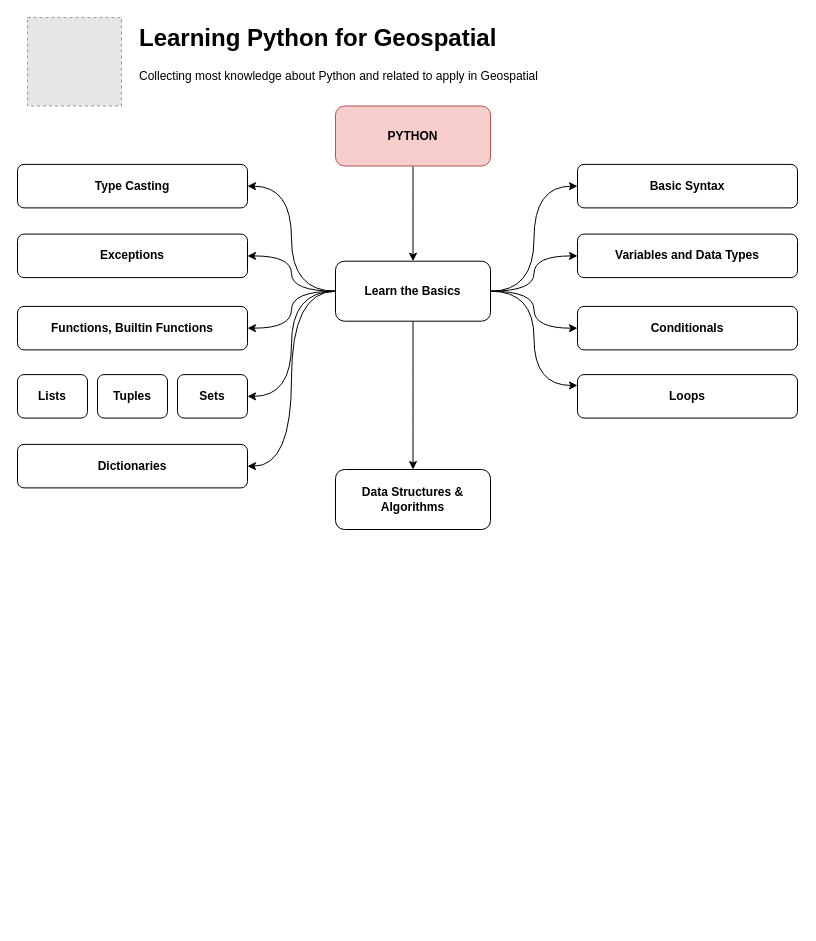
Before: Learning Python for Geospatial.drawio in PQTKha/lifelong_learning, a draw.io diagram. Source tidied: cells renumbered, new cells numbered last; positions are measured from the earlier drawing's top-left corner, leaving out a move shared by most shapes. Both pictures are drawn from the tidied source at 100%, with x=0, y=0 at pixel (17, 17). Pictures stored in the file or linked from it are replaced by grey dashed boxes.
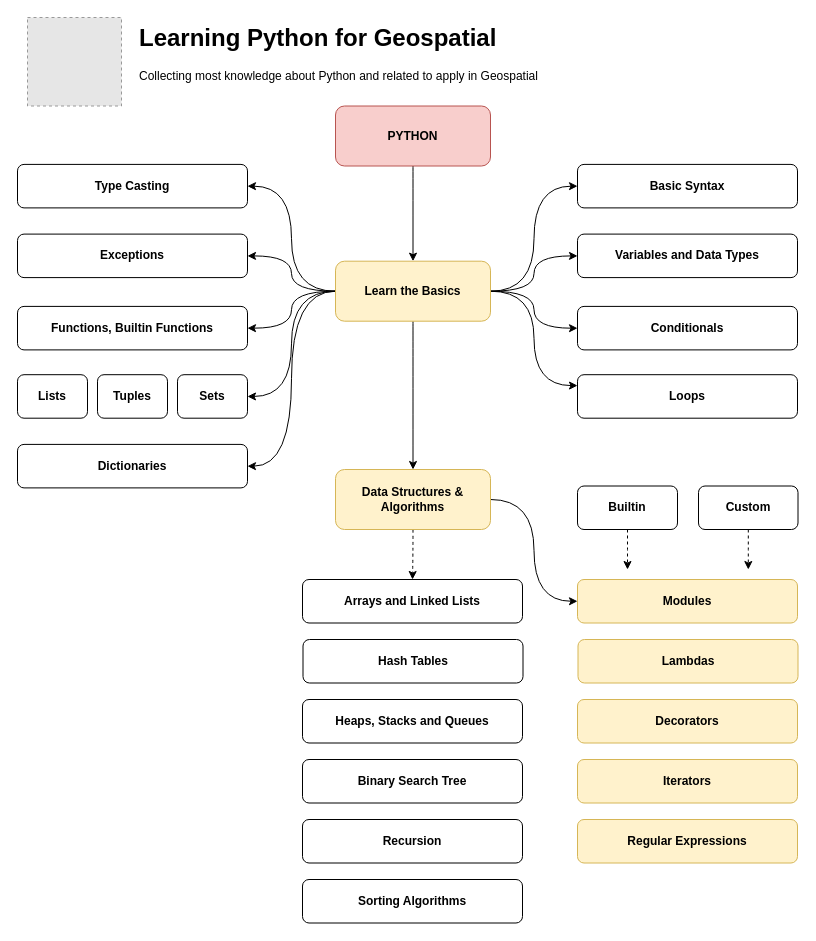
The same diagram, later.

Diff of the diagram source:
```diff
@@
-    <mxCell id="16" value="&lt;b&gt;Learn the Basics&lt;/b&gt;" style="rounded=1;whiteSpace=wrap;html=1;" parent="1" vertex="1">
+    <mxCell id="16" value="&lt;b&gt;Learn the Basics&lt;/b&gt;" style="rounded=1;whiteSpace=wrap;html=1;fillColor=#fff2cc;strokeColor=#d6b656;" parent="1" vertex="1">
       <mxGeometry x="318" y="243.7" width="155" height="60" as="geometry" />
     </mxCell>
+    <mxCell id="30" style="edgeStyle=orthogonalEdgeStyle;rounded=0;jettySize=auto;html=1;entryX=0.5;entryY=0;entryDx=0;entryDy=0;dashed=1;curved=1;" parent="1" edge="1" source="17" target="35">
+      <mxGeometry relative="1" as="geometry" />
+    </mxCell>
+    <mxCell id="31" style="edgeStyle=orthogonalEdgeStyle;rounded=0;jettySize=auto;html=1;entryX=0;entryY=0.5;entryDx=0;entryDy=0;curved=1;" parent="1" edge="1" source="17" target="42">
+      <mxGeometry relative="1" as="geometry" />
+    </mxCell>
-    <mxCell id="17" value="&lt;b&gt;Data Structures &amp;amp; Algorithms&lt;/b&gt;" style="rounded=1;whiteSpace=wrap;html=1;" parent="1" vertex="1">
+    <mxCell id="17" value="&lt;b&gt;Data Structures &amp;amp; Algorithms&lt;/b&gt;" style="rounded=1;whiteSpace=wrap;html=1;fillColor=#fff2cc;strokeColor=#d6b656;" parent="1" vertex="1">
       <mxGeometry x="318" y="452" width="155" height="60" as="geometry" />
     </mxCell>
-    <mxCell id="18" value="&lt;b&gt;Basic Syntax&lt;/b&gt;" style="rounded=1;whiteSpace=wrap;html=1;" parent="1" vertex="1">
-      <mxGeometry x="560" y="146.9" width="220" height="43.5" as="geometry" />
-    </mxCell>
-    <mxCell id="19" value="&lt;b&gt;Variables and Data Types&lt;/b&gt;" style="rounded=1;whiteSpace=wrap;html=1;" parent="1" vertex="1">
-      <mxGeometry x="560" y="216.6" width="220" height="43.5" as="geometry" />
-    </mxCell>
-    <mxCell id="20" value="&lt;b&gt;Conditionals&lt;/b&gt;" style="rounded=1;whiteSpace=wrap;html=1;" parent="1" vertex="1">
-      <mxGeometry x="560" y="288.9" width="220" height="43.5" as="geometry" />
-    </mxCell>
-    <mxCell id="21" value="&lt;b&gt;Loops&lt;/b&gt;" style="rounded=1;whiteSpace=wrap;html=1;" parent="1" vertex="1">
-      <mxGeometry x="560" y="357.1" width="220" height="43.5" as="geometry" />
-    </mxCell>
+    <mxCell id="32" style="group;" parent="1" vertex="1">
+      <mxGeometry y="146.9" width="230" height="323.5" as="geometry" />
+    </mxCell>
-    <mxCell id="22" value="&lt;b&gt;Type Casting&lt;/b&gt;" style="rounded=1;whiteSpace=wrap;html=1;" parent="1" vertex="1">
-      <mxGeometry y="146.9" width="230" height="43.5" as="geometry" />
+    <mxCell id="22" value="&lt;b&gt;Type Casting&lt;/b&gt;" style="rounded=1;whiteSpace=wrap;html=1;" parent="32" vertex="1">
+      <mxGeometry width="230" height="43.5" as="geometry" />
     </mxCell>
-    <mxCell id="23" value="&lt;b&gt;Exceptions&lt;/b&gt;" style="rounded=1;whiteSpace=wrap;html=1;" parent="1" vertex="1">
-      <mxGeometry y="216.6" width="230" height="43.5" as="geometry" />
+    <mxCell id="23" value="&lt;b&gt;Exceptions&lt;/b&gt;" style="rounded=1;whiteSpace=wrap;html=1;" parent="32" vertex="1">
+      <mxGeometry y="69.7" width="230" height="43.5" as="geometry" />
     </mxCell>
-    <mxCell id="24" value="&lt;b&gt;Functions, Builtin Functions&lt;/b&gt;" style="rounded=1;whiteSpace=wrap;html=1;" parent="1" vertex="1">
-      <mxGeometry y="288.9" width="230" height="43.5" as="geometry" />
+    <mxCell id="24" value="&lt;b&gt;Functions, Builtin Functions&lt;/b&gt;" style="rounded=1;whiteSpace=wrap;html=1;" parent="32" vertex="1">
+      <mxGeometry y="142" width="230" height="43.5" as="geometry" />
     </mxCell>
-    <mxCell id="25" style="group;" parent="1" vertex="1">
-      <mxGeometry y="357.1" width="230" height="43.5" as="geometry" />
+    <mxCell id="25" style="group;" parent="32" vertex="1">
+      <mxGeometry y="210.3" width="230" height="43.5" as="geometry" />
     </mxCell>
@@
-    <mxCell id="29" value="&lt;b&gt;Dictionaries&lt;/b&gt;" style="rounded=1;whiteSpace=wrap;html=1;" parent="1" vertex="1">
-      <mxGeometry y="426.9" width="230" height="43.5" as="geometry" />
+    <mxCell id="29" value="&lt;b&gt;Dictionaries&lt;/b&gt;" style="rounded=1;whiteSpace=wrap;html=1;" parent="32" vertex="1">
+      <mxGeometry y="280" width="230" height="43.5" as="geometry" />
     </mxCell>
+    <mxCell id="33" style="group;" parent="1" vertex="1">
+      <mxGeometry x="560" y="146.9" width="220" height="253.7" as="geometry" />
+    </mxCell>
+    <mxCell id="18" value="&lt;b&gt;Basic Syntax&lt;/b&gt;" style="rounded=1;whiteSpace=wrap;html=1;" parent="33" vertex="1">
+      <mxGeometry width="220" height="43.5" as="geometry" />
+    </mxCell>
+    <mxCell id="19" value="&lt;b&gt;Variables and Data Types&lt;/b&gt;" style="rounded=1;whiteSpace=wrap;html=1;" parent="33" vertex="1">
+      <mxGeometry y="69.7" width="220" height="43.5" as="geometry" />
+    </mxCell>
+    <mxCell id="20" value="&lt;b&gt;Conditionals&lt;/b&gt;" style="rounded=1;whiteSpace=wrap;html=1;" parent="33" vertex="1">
+      <mxGeometry y="142" width="220" height="43.5" as="geometry" />
+    </mxCell>
+    <mxCell id="21" value="&lt;b&gt;Loops&lt;/b&gt;" style="rounded=1;whiteSpace=wrap;html=1;" parent="33" vertex="1">
+      <mxGeometry y="210.3" width="220" height="43.5" as="geometry" />
+    </mxCell>
+    <mxCell id="34" style="group;" parent="1" vertex="1">
+      <mxGeometry x="285" y="562" width="220.5" height="343.5" as="geometry" />
+    </mxCell>
+    <mxCell id="35" value="&lt;b&gt;Arrays and Linked Lists&lt;/b&gt;" style="rounded=1;whiteSpace=wrap;html=1;" parent="34" vertex="1">
+      <mxGeometry width="220" height="43.5" as="geometry" />
+    </mxCell>
+    <mxCell id="36" value="&lt;b&gt;Hash Tables&lt;/b&gt;" style="rounded=1;whiteSpace=wrap;html=1;" parent="34" vertex="1">
+      <mxGeometry x="0.5" y="60" width="220" height="43.5" as="geometry" />
+    </mxCell>
+    <mxCell id="37" value="&lt;b&gt;Heaps, Stacks and Queues&lt;/b&gt;" style="rounded=1;whiteSpace=wrap;html=1;" parent="34" vertex="1">
+      <mxGeometry y="120" width="220" height="43.5" as="geometry" />
+    </mxCell>
+    <mxCell id="38" value="&lt;b&gt;Binary Search Tree&lt;/b&gt;" style="rounded=1;whiteSpace=wrap;html=1;" parent="34" vertex="1">
+      <mxGeometry y="180" width="220" height="43.5" as="geometry" />
+    </mxCell>
+    <mxCell id="39" value="&lt;b&gt;Recursion&lt;/b&gt;" style="rounded=1;whiteSpace=wrap;html=1;" parent="34" vertex="1">
+      <mxGeometry y="240" width="220" height="43.5" as="geometry" />
+    </mxCell>
+    <mxCell id="40" value="&lt;b&gt;Sorting Algorithms&lt;/b&gt;" style="rounded=1;whiteSpace=wrap;html=1;" parent="34" vertex="1">
+      <mxGeometry y="300" width="220" height="43.5" as="geometry" />
+    </mxCell>
+    <mxCell id="41" style="group;" parent="1" vertex="1">
+      <mxGeometry x="560" y="468.5" width="220.5" height="376.9" as="geometry" />
+    </mxCell>
+    <mxCell id="42" value="&lt;b&gt;Modules&lt;/b&gt;" style="rounded=1;whiteSpace=wrap;html=1;fillColor=#fff2cc;strokeColor=#d6b656;" parent="41" vertex="1">
+      <mxGeometry y="93.5" width="220" height="43.5" as="geometry" />
+    </mxCell>
+    <mxCell id="43" value="&lt;b&gt;Lambdas&lt;/b&gt;" style="rounded=1;whiteSpace=wrap;html=1;fillColor=#fff2cc;strokeColor=#d6b656;" parent="41" vertex="1">
+      <mxGeometry x="0.5" y="153.5" width="220" height="43.5" as="geometry" />
+    </mxCell>
+    <mxCell id="44" value="&lt;b&gt;Decorators&lt;/b&gt;" style="rounded=1;whiteSpace=wrap;html=1;fillColor=#fff2cc;strokeColor=#d6b656;" parent="41" vertex="1">
+      <mxGeometry y="213.5" width="220" height="43.5" as="geometry" />
+    </mxCell>
+    <mxCell id="45" value="&lt;b&gt;Iterators&lt;/b&gt;" style="rounded=1;whiteSpace=wrap;html=1;fillColor=#fff2cc;strokeColor=#d6b656;" parent="41" vertex="1">
+      <mxGeometry y="273.5" width="220" height="43.5" as="geometry" />
+    </mxCell>
+    <mxCell id="46" value="&lt;b&gt;Regular Expressions&lt;/b&gt;" style="rounded=1;whiteSpace=wrap;html=1;fillColor=#fff2cc;strokeColor=#d6b656;" parent="41" vertex="1">
+      <mxGeometry y="333.5" width="220" height="43.5" as="geometry" />
+    </mxCell>
+    <mxCell id="47" style="edgeStyle=orthogonalEdgeStyle;rounded=0;jettySize=auto;html=1;dashed=1;" parent="41" edge="1" source="48">
+      <mxGeometry relative="1" as="geometry">
+        <mxPoint x="50" y="83.5" as="targetPoint" />
+      </mxGeometry>
+    </mxCell>
+    <mxCell id="48" value="&lt;b&gt;Builtin&lt;/b&gt;" style="rounded=1;whiteSpace=wrap;html=1;" parent="41" vertex="1">
+      <mxGeometry width="100" height="43.5" as="geometry" />
+    </mxCell>
+    <mxCell id="49" style="edgeStyle=orthogonalEdgeStyle;rounded=0;jettySize=auto;html=1;dashed=1;" parent="41" edge="1" source="50">
+      <mxGeometry relative="1" as="geometry">
+        <mxPoint x="170.8" y="83.5" as="targetPoint" />
+      </mxGeometry>
+    </mxCell>
+    <mxCell id="50" value="&lt;b&gt;Custom&lt;/b&gt;" style="rounded=1;whiteSpace=wrap;html=1;" parent="41" vertex="1">
+      <mxGeometry x="121" width="99.5" height="43.5" as="geometry" />
+    </mxCell>
```
